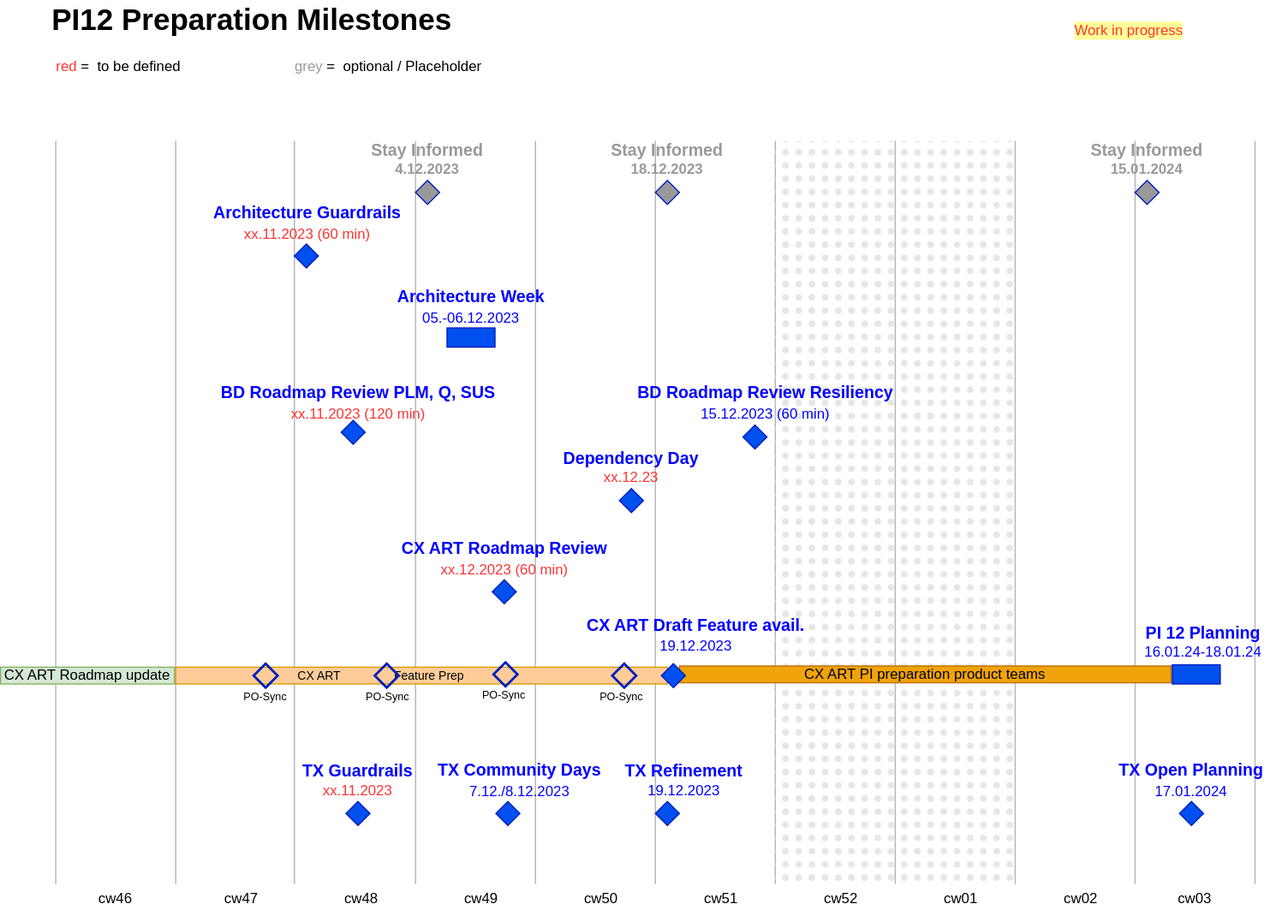
mabige/scratchpad keeps this draw.io diagram as PI12-Preparation-Timeline.drawio.svg. Above is the earlier version. Source tidied: cells renumbered, new cells last; positions are measured from the earlier drawing's top-left corner, leaving out a move shared by most shapes.
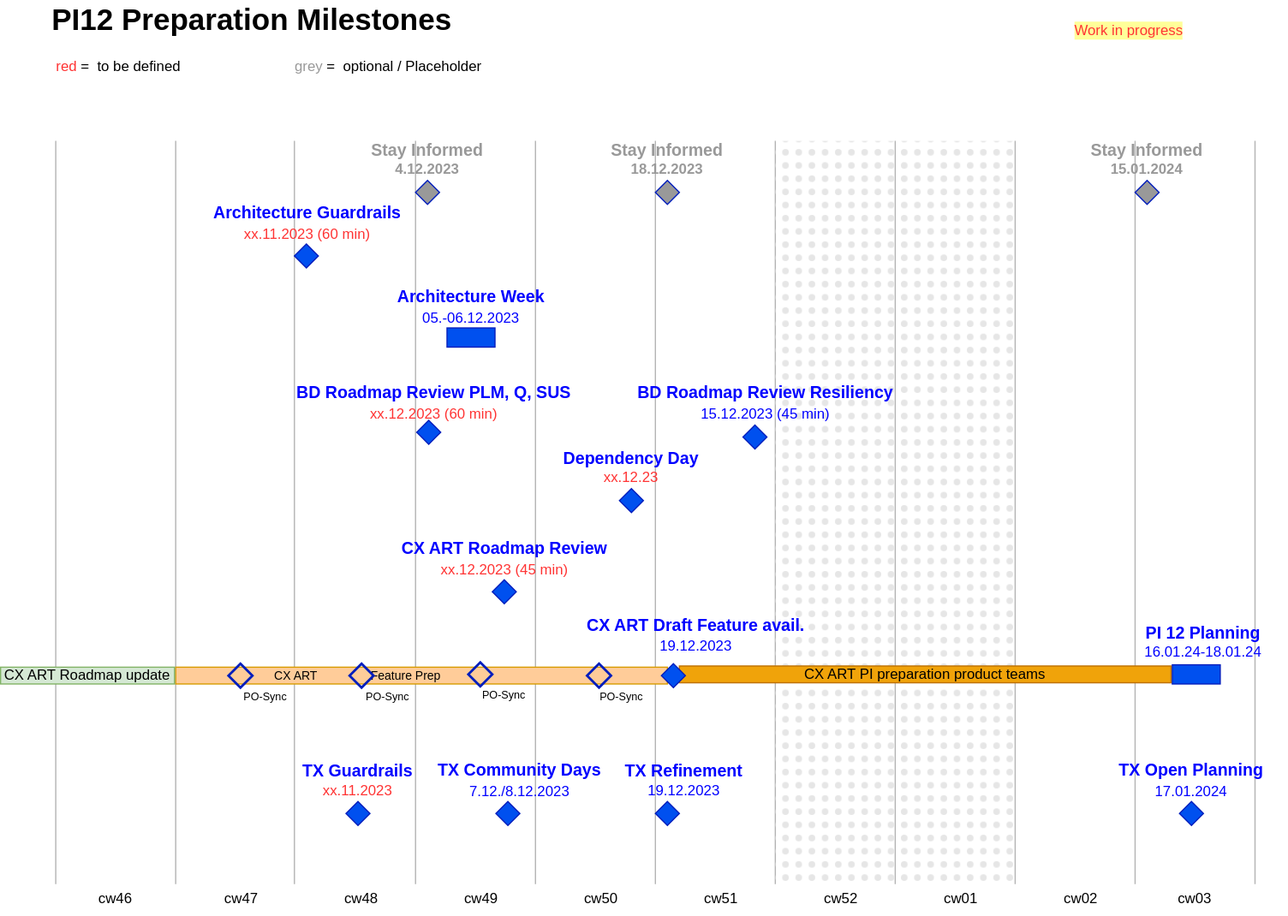
After the commit.

The edit, as a diff of the source:
```diff
@@ -143,13 +143,13 @@
     <mxCell id="37" style="rhombus;whiteSpace=wrap;html=1;fillColor=#0050ef;fontColor=#ffffff;strokeColor=#001DBC;" parent="1" vertex="1">
       <mxGeometry x="245" y="203" width="20" height="20" as="geometry" />
     </mxCell>
-    <mxCell id="38" value="&lt;div style=&quot;font-size: 14px;&quot;&gt;&lt;font style=&quot;font-size: 14px;&quot;&gt;CX ART Roadmap Review&lt;br&gt;&lt;/font&gt;&lt;font color=&quot;#ff3333&quot; style=&quot;font-size: 12px;&quot;&gt;&lt;span style=&quot;font-weight: normal;&quot;&gt;xx.12.2023&lt;/span&gt;&lt;font style=&quot;font-size: 12px;&quot;&gt;&lt;span style=&quot;font-weight: normal;&quot;&gt; (60 min)&lt;/span&gt;&lt;br&gt;&lt;/font&gt;&lt;/font&gt;&lt;/div&gt;" style="text;html=1;strokeColor=none;fillColor=none;align=center;verticalAlign=middle;whiteSpace=wrap;rounded=0;fontStyle=1;fontColor=#0000FF;" parent="1" vertex="1">
+    <mxCell id="38" value="&lt;div style=&quot;font-size: 14px;&quot;&gt;&lt;font style=&quot;font-size: 14px;&quot;&gt;CX ART Roadmap Review&lt;br&gt;&lt;/font&gt;&lt;font color=&quot;#ff3333&quot; style=&quot;font-size: 12px;&quot;&gt;&lt;span style=&quot;font-weight: normal;&quot;&gt;xx.12.2023&lt;/span&gt;&lt;font style=&quot;font-size: 12px;&quot;&gt;&lt;span style=&quot;font-weight: normal;&quot;&gt; (45 min)&lt;/span&gt;&lt;br&gt;&lt;/font&gt;&lt;/font&gt;&lt;/div&gt;" style="text;html=1;strokeColor=none;fillColor=none;align=center;verticalAlign=middle;whiteSpace=wrap;rounded=0;fontStyle=1;fontColor=#0000FF;" parent="1" vertex="1">
       <mxGeometry x="322.5" y="450" width="195" height="30" as="geometry" />
     </mxCell>
     <mxCell id="39" style="rhombus;whiteSpace=wrap;html=1;fillColor=#0050ef;fontColor=#ffffff;strokeColor=#001DBC;" parent="1" vertex="1">
       <mxGeometry x="410" y="483" width="20" height="20" as="geometry" />
     </mxCell>
-    <mxCell id="40" value="&lt;div style=&quot;font-size: 14px;&quot;&gt;BD Roadmap Review&lt;font style=&quot;font-size: 14px;&quot;&gt; Resiliency&lt;br&gt;&lt;/font&gt;&lt;font style=&quot;font-size: 12px;&quot;&gt;&lt;span style=&quot;font-weight: normal;&quot;&gt;15.12.2023&lt;/span&gt;&lt;font style=&quot;font-size: 12px;&quot;&gt;&lt;span style=&quot;font-weight: normal;&quot;&gt; (60 min)&lt;/span&gt;&lt;br&gt;&lt;/font&gt;&lt;/font&gt;&lt;/div&gt;" style="text;html=1;strokeColor=none;fillColor=none;align=center;verticalAlign=middle;whiteSpace=wrap;rounded=0;fontStyle=1;fontColor=#0000FF;" parent="1" vertex="1">
+    <mxCell id="40" value="&lt;div style=&quot;font-size: 14px;&quot;&gt;BD Roadmap Review&lt;font style=&quot;font-size: 14px;&quot;&gt; Resiliency&lt;br&gt;&lt;/font&gt;&lt;font style=&quot;font-size: 12px;&quot;&gt;&lt;span style=&quot;font-weight: normal;&quot;&gt;15.12.2023&lt;/span&gt;&lt;font style=&quot;font-size: 12px;&quot;&gt;&lt;span style=&quot;font-weight: normal;&quot;&gt; (45 min)&lt;/span&gt;&lt;br&gt;&lt;/font&gt;&lt;/font&gt;&lt;/div&gt;" style="text;html=1;strokeColor=none;fillColor=none;align=center;verticalAlign=middle;whiteSpace=wrap;rounded=0;fontStyle=1;fontColor=#0000FF;" parent="1" vertex="1">
       <mxGeometry x="503.5" y="320" width="267.5" height="30" as="geometry" />
     </mxCell>
     <mxCell id="41" style="rhombus;whiteSpace=wrap;html=1;fillColor=#0050ef;fontColor=#ffffff;strokeColor=#001DBC;" parent="1" vertex="1">
@@ -191,7 +191,7 @@
     <mxCell id="53" value="CX ART PI preparation product teams" style="rounded=0;whiteSpace=wrap;html=1;fillColor=#f0a30a;fontColor=#000000;strokeColor=#BD7000;" parent="1" vertex="1">
       <mxGeometry x="566" y="555" width="410" height="14" as="geometry" />
     </mxCell>
-    <mxCell id="54" value="&lt;div align=&quot;left&quot;&gt;&lt;font style=&quot;font-size: 10px;&quot;&gt;&amp;nbsp;&amp;nbsp;&amp;nbsp;&amp;nbsp;&amp;nbsp;&amp;nbsp;&amp;nbsp;&amp;nbsp;&amp;nbsp;&amp;nbsp;&amp;nbsp;&amp;nbsp;&amp;nbsp;&amp;nbsp;&amp;nbsp;&amp;nbsp;&amp;nbsp;&amp;nbsp;&amp;nbsp;&amp;nbsp;&amp;nbsp;&amp;nbsp;&amp;nbsp;&amp;nbsp;&amp;nbsp;&amp;nbsp;&amp;nbsp;&amp;nbsp;&amp;nbsp;&amp;nbsp;&amp;nbsp;&amp;nbsp;&amp;nbsp;&amp;nbsp;&amp;nbsp; CX ART&amp;nbsp;&amp;nbsp;&amp;nbsp;&amp;nbsp;&amp;nbsp;&amp;nbsp;&amp;nbsp;&amp;nbsp;&amp;nbsp;&amp;nbsp;&amp;nbsp;&amp;nbsp;&amp;nbsp;&amp;nbsp;&amp;nbsp; Feature Prep&lt;/font&gt;&lt;/div&gt;" style="rounded=0;whiteSpace=wrap;html=1;fillColor=#FFCC99;strokeColor=#d79b00;align=left;" parent="1" vertex="1">
+    <mxCell id="54" value="&lt;div align=&quot;left&quot;&gt;&lt;font style=&quot;font-size: 10px;&quot;&gt;&amp;nbsp;&amp;nbsp;&amp;nbsp;&amp;nbsp;&amp;nbsp;&amp;nbsp;&amp;nbsp;&amp;nbsp;&amp;nbsp;&amp;nbsp;&amp;nbsp;&amp;nbsp;&amp;nbsp;&amp;nbsp;&amp;nbsp;&amp;nbsp;&amp;nbsp;&amp;nbsp;&amp;nbsp;&amp;nbsp;&amp;nbsp;&amp;nbsp;&amp;nbsp;&amp;nbsp;&amp;nbsp;&amp;nbsp;&amp;nbsp;&amp;nbsp; CX ART&amp;nbsp;&amp;nbsp;&amp;nbsp;&amp;nbsp;&amp;nbsp;&amp;nbsp;&amp;nbsp;&amp;nbsp;&amp;nbsp;&amp;nbsp;&amp;nbsp;&amp;nbsp;&amp;nbsp;&amp;nbsp;&amp;nbsp; Feature Prep&lt;/font&gt;&lt;/div&gt;" style="rounded=0;whiteSpace=wrap;html=1;fillColor=#FFCC99;strokeColor=#d79b00;align=left;" parent="1" vertex="1">
       <mxGeometry x="146" y="556" width="410" height="14" as="geometry" />
     </mxCell>
     <mxCell id="55" style="rhombus;whiteSpace=wrap;html=1;fillColor=#0050ef;fontColor=#ffffff;strokeColor=#001DBC;" parent="1" vertex="1">
@@ -210,16 +210,16 @@
       <mxGeometry x="866" y="10" width="150" height="30" as="geometry" />
     </mxCell>
     <mxCell id="60" style="rhombus;whiteSpace=wrap;html=1;fillColor=none;fontColor=#ffffff;strokeColor=#001DBC;strokeWidth=2;" parent="1" vertex="1">
-      <mxGeometry x="312" y="553" width="20" height="20" as="geometry" />
+      <mxGeometry x="291" y="553" width="20" height="20" as="geometry" />
     </mxCell>
     <mxCell id="61" style="rhombus;whiteSpace=wrap;html=1;fillColor=none;fontColor=#ffffff;strokeColor=#001DBC;strokeWidth=2;" parent="1" vertex="1">
-      <mxGeometry x="411" y="552" width="20" height="20" as="geometry" />
+      <mxGeometry x="390" y="552" width="20" height="20" as="geometry" />
     </mxCell>
     <mxCell id="62" style="rhombus;whiteSpace=wrap;html=1;fillColor=none;fontColor=#ffffff;strokeColor=#001DBC;strokeWidth=2;" parent="1" vertex="1">
-      <mxGeometry x="510" y="553" width="20" height="20" as="geometry" />
+      <mxGeometry x="489" y="553" width="20" height="20" as="geometry" />
     </mxCell>
     <mxCell id="63" style="rhombus;whiteSpace=wrap;html=1;fillColor=none;fontColor=#ffffff;strokeColor=#001DBC;strokeWidth=2;" parent="1" vertex="1">
-      <mxGeometry x="211" y="553" width="20" height="20" as="geometry" />
+      <mxGeometry x="190" y="553" width="20" height="20" as="geometry" />
     </mxCell>
     <mxCell id="64" value="&lt;font style=&quot;font-size: 9px;&quot;&gt;PO-Sync&lt;/font&gt;" style="text;html=1;strokeColor=none;fillColor=none;align=center;verticalAlign=middle;whiteSpace=wrap;rounded=0;" parent="1" vertex="1">
       <mxGeometry x="191" y="565" width="60" height="30" as="geometry" />
@@ -233,11 +233,11 @@
     <mxCell id="67" value="&lt;font style=&quot;font-size: 9px;&quot;&gt;PO-Sync&lt;/font&gt;" style="text;html=1;strokeColor=none;fillColor=none;align=center;verticalAlign=middle;whiteSpace=wrap;rounded=0;" parent="1" vertex="1">
       <mxGeometry x="488" y="565" width="60" height="30" as="geometry" />
     </mxCell>
-    <mxCell id="68" value="&lt;div style=&quot;font-size: 14px;&quot;&gt;BD Roadmap Review&lt;font style=&quot;font-size: 14px;&quot;&gt; PLM, Q, SUS&lt;br&gt;&lt;/font&gt;&lt;font color=&quot;#ff3333&quot; style=&quot;font-size: 12px;&quot;&gt;&lt;span style=&quot;font-weight: normal;&quot;&gt;xx.11.2023&lt;/span&gt;&lt;font style=&quot;font-size: 12px;&quot;&gt;&lt;span style=&quot;font-weight: normal;&quot;&gt; (120 min)&lt;/span&gt;&lt;br&gt;&lt;/font&gt;&lt;/font&gt;&lt;/div&gt;" style="text;html=1;strokeColor=none;fillColor=none;align=center;verticalAlign=middle;whiteSpace=wrap;rounded=0;fontStyle=1;fontColor=#0000FF;" parent="1" vertex="1">
-      <mxGeometry x="167.2" y="320" width="262.5" height="30" as="geometry" />
+    <mxCell id="68" value="&lt;div style=&quot;font-size: 14px;&quot;&gt;BD Roadmap Review&lt;font style=&quot;font-size: 14px;&quot;&gt; PLM, Q, SUS&lt;br&gt;&lt;/font&gt;&lt;font color=&quot;#ff3333&quot; style=&quot;font-size: 12px;&quot;&gt;&lt;span style=&quot;font-weight: normal;&quot;&gt;xx.12.2023&lt;/span&gt;&lt;font style=&quot;font-size: 12px;&quot;&gt;&lt;span style=&quot;font-weight: normal;&quot;&gt; (60 min)&lt;/span&gt;&lt;br&gt;&lt;/font&gt;&lt;/font&gt;&lt;/div&gt;" style="text;html=1;strokeColor=none;fillColor=none;align=center;verticalAlign=middle;whiteSpace=wrap;rounded=0;fontStyle=1;fontColor=#0000FF;" parent="1" vertex="1">
+      <mxGeometry x="230.2" y="320" width="262.5" height="30" as="geometry" />
     </mxCell>
     <mxCell id="69" style="rhombus;whiteSpace=wrap;html=1;fillColor=#0050ef;fontColor=#ffffff;strokeColor=#001DBC;" parent="1" vertex="1">
-      <mxGeometry x="284" y="350" width="20" height="20" as="geometry" />
+      <mxGeometry x="347" y="350" width="20" height="20" as="geometry" />
     </mxCell>
     <mxCell id="70" style="rhombus;whiteSpace=wrap;html=1;fillColor=#0050ef;fontColor=#ffffff;strokeColor=#001DBC;" parent="1" vertex="1">
       <mxGeometry x="546" y="668" width="20" height="20" as="geometry" />
```
